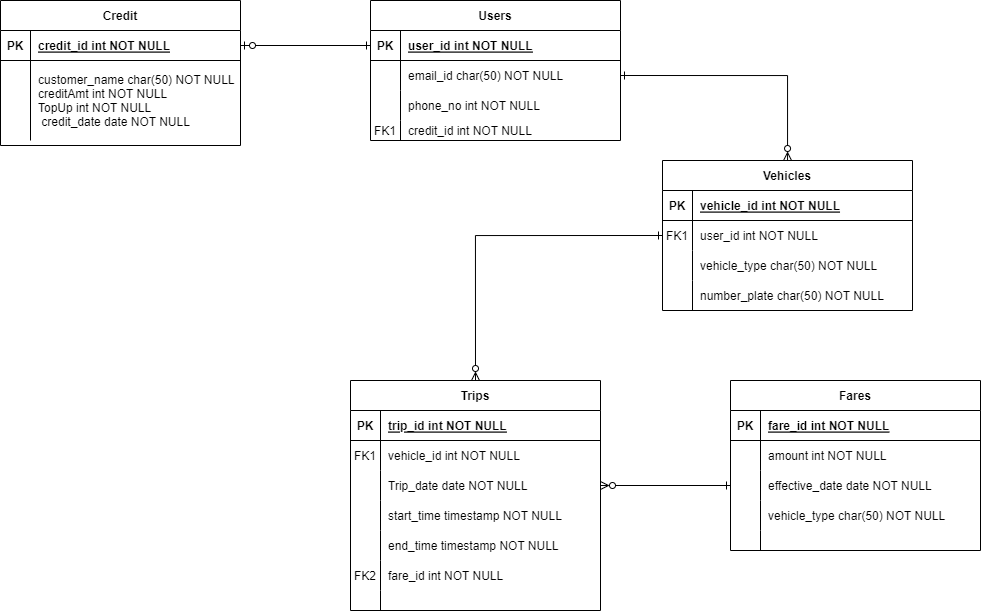
The draw.io diagram Traffic Toll Plaza.drawio.png in devansh19/Drawio, before a commit. Source tidied: cells renumbered, new cells last; positions are measured from the earlier drawing's top-left corner, leaving out a move shared by most shapes.
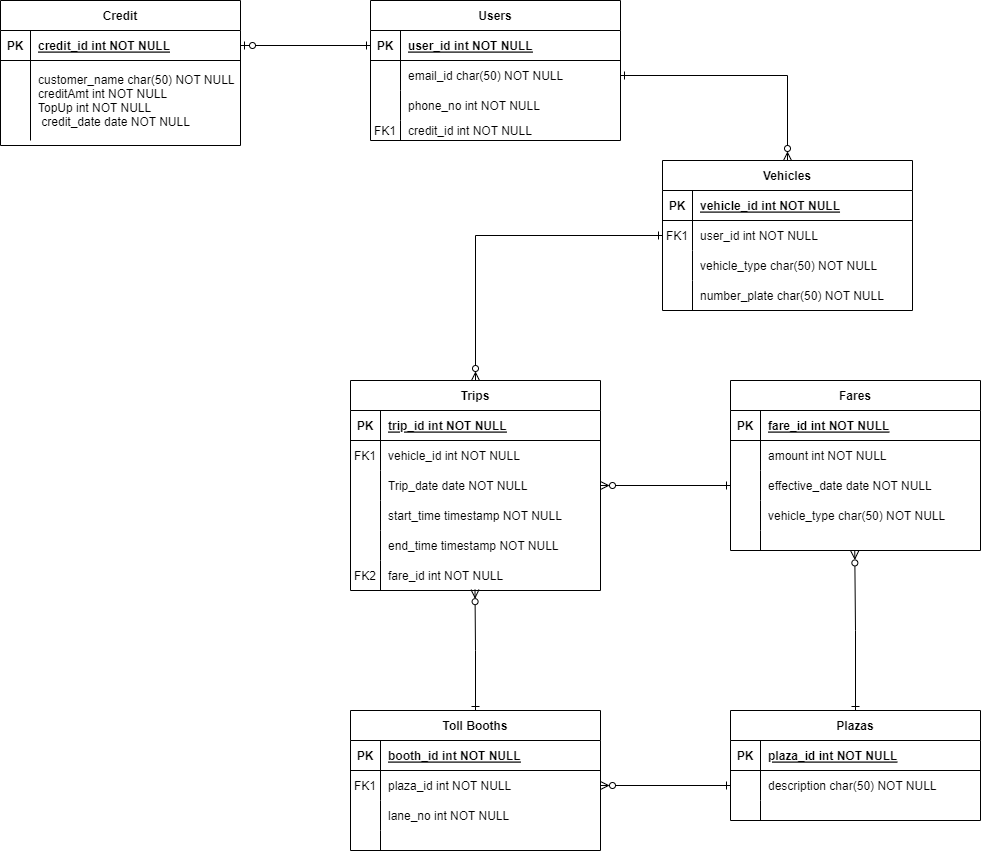
The same file after the commit.

What changed in the source:
```diff
@@ -108,7 +108,7 @@
       <mxGeometry relative="1" as="geometry" />
     </mxCell>
     <mxCell id="37" value="Trips" style="shape=table;startSize=30;rowLines=0;fontStyle=1;align=center;" parent="1" vertex="1">
-      <mxGeometry x="350" y="380" width="250" height="230" as="geometry" />
+      <mxGeometry x="350" y="380" width="250" height="210" as="geometry" />
     </mxCell>
     <mxCell id="38" style="shape=partialRectangle;fillColor=none;top=0;left=0;right=0;bottom=1;" parent="37" vertex="1">
       <mxGeometry y="30" width="250" height="30" as="geometry" />
@@ -164,15 +164,6 @@
     <mxCell id="55" value="fare_id int NOT NULL" style="shape=partialRectangle;overflow=hidden;fillColor=none;top=0;left=0;bottom=0;right=0;align=left;spacingLeft=6;" parent="53" vertex="1">
       <mxGeometry x="30" width="220" height="30" as="geometry" />
     </mxCell>
-    <mxCell id="56" style="shape=partialRectangle;fillColor=none;top=0;left=0;right=0;bottom=0;" parent="37" vertex="1">
-      <mxGeometry y="210" width="250" height="20" as="geometry" />
-    </mxCell>
-    <mxCell id="57" style="shape=partialRectangle;overflow=hidden;fillColor=none;top=0;left=0;bottom=0;right=0;" parent="56" vertex="1">
-      <mxGeometry width="30" height="20" as="geometry" />
-    </mxCell>
-    <mxCell id="58" style="shape=partialRectangle;overflow=hidden;fillColor=none;top=0;left=0;bottom=0;right=0;align=left;spacingLeft=6;" parent="56" vertex="1">
-      <mxGeometry x="30" width="220" height="20" as="geometry" />
-    </mxCell>
     <mxCell id="59" style="edgeStyle=orthogonalEdgeStyle;rounded=0;jettySize=auto;html=1;exitX=0;exitY=0.5;exitDx=0;exitDy=0;entryX=0.5;entryY=0;entryDx=0;entryDy=0;startArrow=ERone;startFill=0;endArrow=ERzeroToMany;endFill=0;" parent="1" edge="1" source="19" target="37">
       <mxGeometry relative="1" as="geometry" />
     </mxCell>
@@ -227,5 +218,83 @@
     <mxCell id="76" style="edgeStyle=orthogonalEdgeStyle;rounded=0;jettySize=auto;html=1;exitX=1;exitY=0.5;exitDx=0;exitDy=0;entryX=0;entryY=0.5;entryDx=0;entryDy=0;startArrow=ERzeroToMany;startFill=0;endArrow=ERone;endFill=0;" parent="1" edge="1" source="44" target="67">
       <mxGeometry relative="1" as="geometry" />
     </mxCell>
+    <mxCell id="77" style="edgeStyle=orthogonalEdgeStyle;rounded=0;jettySize=auto;html=1;exitX=0.5;exitY=0;exitDx=0;exitDy=0;entryX=0.498;entryY=0.972;entryDx=0;entryDy=0;entryPerimeter=0;startArrow=ERone;startFill=0;endArrow=ERzeroToMany;endFill=0;" parent="1" edge="1" source="78" target="53">
+      <mxGeometry relative="1" as="geometry" />
+    </mxCell>
+    <mxCell id="78" value="Toll Booths" style="shape=table;startSize=30;rowLines=0;fontStyle=1;align=center;" parent="1" vertex="1">
+      <mxGeometry x="350" y="710" width="250" height="140" as="geometry" />
+    </mxCell>
+    <mxCell id="79" style="shape=partialRectangle;fillColor=none;top=0;left=0;right=0;bottom=1;" parent="78" vertex="1">
+      <mxGeometry y="30" width="250" height="30" as="geometry" />
+    </mxCell>
+    <mxCell id="80" value="PK" style="shape=partialRectangle;overflow=hidden;fillColor=none;top=0;left=0;bottom=0;right=0;fontStyle=1;" parent="79" vertex="1">
+      <mxGeometry width="30" height="30" as="geometry" />
+    </mxCell>
+    <mxCell id="81" value="booth_id int NOT NULL " style="shape=partialRectangle;overflow=hidden;fillColor=none;top=0;left=0;bottom=0;right=0;align=left;spacingLeft=6;fontStyle=5;" parent="79" vertex="1">
+      <mxGeometry x="30" width="220" height="30" as="geometry" />
+    </mxCell>
+    <mxCell id="82" style="shape=partialRectangle;fillColor=none;points=[[0,0.5],[1,0.5]];portConstraint=eastwest;top=0;left=0;right=0;bottom=0;" parent="78" vertex="1">
+      <mxGeometry y="60" width="250" height="30" as="geometry" />
+    </mxCell>
+    <mxCell id="83" value="FK1" style="shape=partialRectangle;overflow=hidden;fillColor=none;top=0;left=0;bottom=0;right=0;" parent="82" vertex="1">
+      <mxGeometry width="30" height="30" as="geometry" />
+    </mxCell>
+    <mxCell id="84" value="plaza_id int NOT NULL" style="shape=partialRectangle;overflow=hidden;fillColor=none;top=0;left=0;bottom=0;right=0;align=left;spacingLeft=6;" parent="82" vertex="1">
+      <mxGeometry x="30" width="220" height="30" as="geometry" />
+    </mxCell>
+    <mxCell id="85" style="shape=partialRectangle;fillColor=none;top=0;left=0;right=0;bottom=0;" parent="78" vertex="1">
+      <mxGeometry y="90" width="250" height="30" as="geometry" />
+    </mxCell>
+    <mxCell id="86" style="shape=partialRectangle;overflow=hidden;fillColor=none;top=0;left=0;bottom=0;right=0;" parent="85" vertex="1">
+      <mxGeometry width="30" height="30" as="geometry" />
+    </mxCell>
+    <mxCell id="87" value="lane_no int NOT NULL" style="shape=partialRectangle;overflow=hidden;fillColor=none;top=0;left=0;bottom=0;right=0;align=left;spacingLeft=6;" parent="85" vertex="1">
+      <mxGeometry x="30" width="220" height="30" as="geometry" />
+    </mxCell>
+    <mxCell id="88" style="shape=partialRectangle;fillColor=none;top=0;left=0;right=0;bottom=0;" parent="78" vertex="1">
+      <mxGeometry y="120" width="250" height="20" as="geometry" />
+    </mxCell>
+    <mxCell id="89" style="shape=partialRectangle;overflow=hidden;fillColor=none;top=0;left=0;bottom=0;right=0;" parent="88" vertex="1">
+      <mxGeometry width="30" height="20" as="geometry" />
+    </mxCell>
+    <mxCell id="90" style="shape=partialRectangle;overflow=hidden;fillColor=none;top=0;left=0;bottom=0;right=0;align=left;spacingLeft=6;" parent="88" vertex="1">
+      <mxGeometry x="30" width="220" height="20" as="geometry" />
+    </mxCell>
+    <mxCell id="91" style="edgeStyle=orthogonalEdgeStyle;rounded=0;jettySize=auto;html=1;exitX=0.5;exitY=0;exitDx=0;exitDy=0;entryX=0.497;entryY=1.021;entryDx=0;entryDy=0;entryPerimeter=0;startArrow=ERone;startFill=0;endArrow=ERzeroToMany;endFill=0;" parent="1" edge="1" source="92" target="73">
+      <mxGeometry relative="1" as="geometry" />
+    </mxCell>
+    <mxCell id="92" value="Plazas" style="shape=table;startSize=30;rowLines=0;fontStyle=1;align=center;" parent="1" vertex="1">
+      <mxGeometry x="730" y="710" width="250" height="110" as="geometry" />
+    </mxCell>
+    <mxCell id="93" style="shape=partialRectangle;fillColor=none;top=0;left=0;right=0;bottom=1;" parent="92" vertex="1">
+      <mxGeometry y="30" width="250" height="30" as="geometry" />
+    </mxCell>
+    <mxCell id="94" value="PK" style="shape=partialRectangle;overflow=hidden;fillColor=none;top=0;left=0;bottom=0;right=0;fontStyle=1;" parent="93" vertex="1">
+      <mxGeometry width="30" height="30" as="geometry" />
+    </mxCell>
+    <mxCell id="95" value="plaza_id int NOT NULL " style="shape=partialRectangle;overflow=hidden;fillColor=none;top=0;left=0;bottom=0;right=0;align=left;spacingLeft=6;fontStyle=5;" parent="93" vertex="1">
+      <mxGeometry x="30" width="220" height="30" as="geometry" />
+    </mxCell>
+    <mxCell id="96" style="shape=partialRectangle;fillColor=none;points=[[0,0.5],[1,0.5]];portConstraint=eastwest;top=0;left=0;right=0;bottom=0;" parent="92" vertex="1">
+      <mxGeometry y="60" width="250" height="30" as="geometry" />
+    </mxCell>
+    <mxCell id="97" style="shape=partialRectangle;overflow=hidden;fillColor=none;top=0;left=0;bottom=0;right=0;" parent="96" vertex="1">
+      <mxGeometry width="30" height="30" as="geometry" />
+    </mxCell>
+    <mxCell id="98" value="description char(50) NOT NULL" style="shape=partialRectangle;overflow=hidden;fillColor=none;top=0;left=0;bottom=0;right=0;align=left;spacingLeft=6;" parent="96" vertex="1">
+      <mxGeometry x="30" width="220" height="30" as="geometry" />
+    </mxCell>
+    <mxCell id="99" style="shape=partialRectangle;fillColor=none;top=0;left=0;right=0;bottom=0;" parent="92" vertex="1">
+      <mxGeometry y="90" width="250" height="20" as="geometry" />
+    </mxCell>
+    <mxCell id="100" style="shape=partialRectangle;overflow=hidden;fillColor=none;top=0;left=0;bottom=0;right=0;" parent="99" vertex="1">
+      <mxGeometry width="30" height="20" as="geometry" />
+    </mxCell>
+    <mxCell id="101" style="shape=partialRectangle;overflow=hidden;fillColor=none;top=0;left=0;bottom=0;right=0;align=left;spacingLeft=6;" parent="99" vertex="1">
+      <mxGeometry x="30" width="220" height="20" as="geometry" />
+    </mxCell>
+    <mxCell id="102" style="edgeStyle=orthogonalEdgeStyle;rounded=0;jettySize=auto;html=1;exitX=0;exitY=0.5;exitDx=0;exitDy=0;entryX=1;entryY=0.5;entryDx=0;entryDy=0;startArrow=ERone;startFill=0;endArrow=ERzeroToMany;endFill=0;" parent="1" edge="1" source="96" target="82">
+      <mxGeometry relative="1" as="geometry" />
+    </mxCell>
   </root>
 </mxGraphModel>
```
